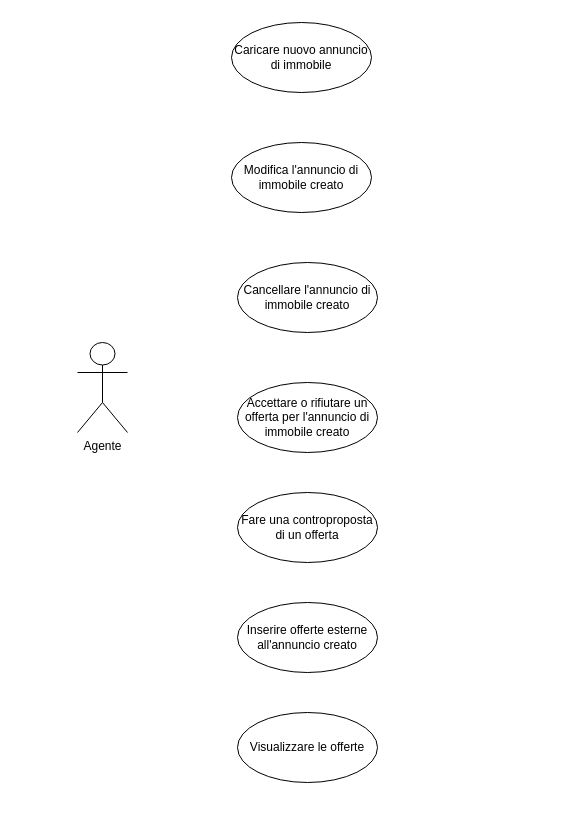
Before: diagrammi/UseCase-Agente.drawio in Sperob98/Documentazione-DietiEstates25, a draw.io diagram. Source tidied: cells renumbered, new cells numbered last; positions are measured from the earlier drawing's top-left corner, leaving out a move shared by most shapes. Both pictures are drawn from the tidied source at 100%, with x=0, y=0 at pixel (77, 22).
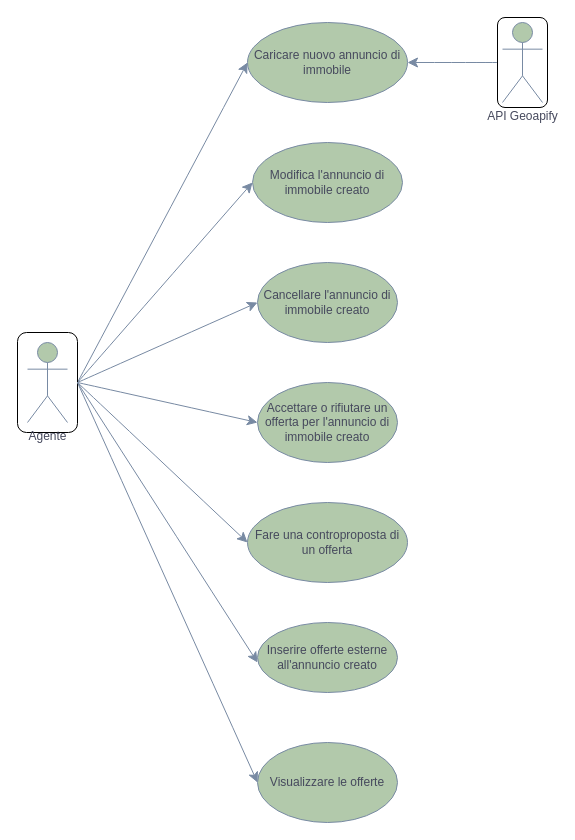
After the change.

The edit, as a diff of the source:
```diff
@@
-    <mxCell id="2" value="Agente" style="shape=umlActor;verticalLabelPosition=bottom;verticalAlign=top;html=1;" parent="1" vertex="1">
-      <mxGeometry y="320" width="50" height="90" as="geometry" />
-    </mxCell>
-    <mxCell id="3" value="Caricare nuovo annuncio di immobile" style="ellipse;whiteSpace=wrap;html=1;" parent="1" vertex="1">
-      <mxGeometry x="154" width="140" height="70" as="geometry" />
+    <mxCell id="3" value="Caricare nuovo annuncio di immobile" style="ellipse;whiteSpace=wrap;html=1;labelBackgroundColor=none;fillColor=#B2C9AB;strokeColor=#788AA3;fontColor=#46495D;" parent="1" vertex="1">
+      <mxGeometry x="170" width="160" height="80" as="geometry" />
     </mxCell>
-    <mxCell id="4" value="Modifica l'annuncio di immobile creato" style="ellipse;whiteSpace=wrap;html=1;" parent="1" vertex="1">
-      <mxGeometry x="154" y="120" width="140" height="70" as="geometry" />
+    <mxCell id="4" value="Modifica l'annuncio di immobile creato" style="ellipse;whiteSpace=wrap;html=1;labelBackgroundColor=none;fillColor=#B2C9AB;strokeColor=#788AA3;fontColor=#46495D;" parent="1" vertex="1">
+      <mxGeometry x="175" y="120" width="150" height="80" as="geometry" />
     </mxCell>
-    <mxCell id="5" value="Cancellare l'annuncio di immobile creato" style="ellipse;whiteSpace=wrap;html=1;" parent="1" vertex="1">
-      <mxGeometry x="160" y="240" width="140" height="70" as="geometry" />
+    <mxCell id="5" value="Cancellare l'annuncio di immobile creato" style="ellipse;whiteSpace=wrap;html=1;labelBackgroundColor=none;fillColor=#B2C9AB;strokeColor=#788AA3;fontColor=#46495D;" parent="1" vertex="1">
+      <mxGeometry x="180" y="240" width="140" height="80" as="geometry" />
     </mxCell>
-    <mxCell id="6" value="Accettare o rifiutare un offerta per l'annuncio di immobile creato" style="ellipse;whiteSpace=wrap;html=1;" parent="1" vertex="1">
-      <mxGeometry x="160" y="360" width="140" height="70" as="geometry" />
+    <mxCell id="6" value="Accettare o rifiutare un offerta per l'annuncio di immobile creato" style="ellipse;whiteSpace=wrap;html=1;labelBackgroundColor=none;fillColor=#B2C9AB;strokeColor=#788AA3;fontColor=#46495D;" parent="1" vertex="1">
+      <mxGeometry x="180" y="360" width="140" height="80" as="geometry" />
     </mxCell>
-    <mxCell id="7" value="Fare una controproposta di un offerta" style="ellipse;whiteSpace=wrap;html=1;" parent="1" vertex="1">
-      <mxGeometry x="160" y="470" width="140" height="70" as="geometry" />
+    <mxCell id="7" value="Fare una controproposta di un offerta" style="ellipse;whiteSpace=wrap;html=1;labelBackgroundColor=none;fillColor=#B2C9AB;strokeColor=#788AA3;fontColor=#46495D;" parent="1" vertex="1">
+      <mxGeometry x="170" y="480" width="160" height="80" as="geometry" />
     </mxCell>
-    <mxCell id="8" value="Inserire offerte esterne all'annuncio creato" style="ellipse;whiteSpace=wrap;html=1;" parent="1" vertex="1">
-      <mxGeometry x="160" y="580" width="140" height="70" as="geometry" />
+    <mxCell id="8" value="Inserire offerte esterne all'annuncio creato" style="ellipse;whiteSpace=wrap;html=1;labelBackgroundColor=none;fillColor=#B2C9AB;strokeColor=#788AA3;fontColor=#46495D;" parent="1" vertex="1">
+      <mxGeometry x="180" y="600" width="140" height="70" as="geometry" />
     </mxCell>
-    <mxCell id="9" value="Visualizzare le offerte" style="ellipse;whiteSpace=wrap;html=1;" parent="1" vertex="1">
-      <mxGeometry x="160" y="690" width="140" height="70" as="geometry" />
+    <mxCell id="9" value="Visualizzare le offerte" style="ellipse;whiteSpace=wrap;html=1;labelBackgroundColor=none;fillColor=#B2C9AB;strokeColor=#788AA3;fontColor=#46495D;" parent="1" vertex="1">
+      <mxGeometry x="180" y="720" width="140" height="80" as="geometry" />
     </mxCell>
+    <mxCell id="10" style="edgeStyle=none;curved=1;rounded=0;jettySize=auto;html=1;exitX=1;exitY=0.5;exitDx=0;exitDy=0;entryX=0;entryY=0.5;entryDx=0;entryDy=0;fontSize=12;startSize=8;endSize=8;labelBackgroundColor=none;strokeColor=#788AA3;fontColor=default;" parent="1" edge="1" source="12" target="3">
+      <mxGeometry relative="1" as="geometry" />
+    </mxCell>
+    <mxCell id="11" style="edgeStyle=none;curved=1;rounded=0;jettySize=auto;html=1;exitX=1;exitY=0.5;exitDx=0;exitDy=0;entryX=0;entryY=0.5;entryDx=0;entryDy=0;fontSize=12;startSize=8;endSize=8;labelBackgroundColor=none;strokeColor=#788AA3;fontColor=default;" parent="1" edge="1" source="12" target="4">
+      <mxGeometry relative="1" as="geometry" />
+    </mxCell>
+    <mxCell id="12" style="rounded=1;whiteSpace=wrap;html=1;labelBackgroundColor=none;" parent="1" vertex="1">
+      <mxGeometry x="-60" y="310" width="60" height="100" as="geometry" />
+    </mxCell>
+    <mxCell id="2" value="Agente" style="shape=umlActor;verticalLabelPosition=bottom;verticalAlign=top;html=1;labelBackgroundColor=none;fillColor=#B2C9AB;strokeColor=#788AA3;fontColor=#46495D;" parent="1" vertex="1">
+      <mxGeometry x="-50" y="320" width="40" height="80" as="geometry" />
+    </mxCell>
+    <mxCell id="13" style="edgeStyle=none;curved=1;rounded=0;jettySize=auto;html=1;entryX=0;entryY=0.5;entryDx=0;entryDy=0;fontSize=12;startSize=8;endSize=8;exitX=1;exitY=0.5;exitDx=0;exitDy=0;labelBackgroundColor=none;strokeColor=#788AA3;fontColor=default;" parent="1" edge="1" source="12" target="5">
+      <mxGeometry relative="1" as="geometry" />
+    </mxCell>
+    <mxCell id="14" style="edgeStyle=none;curved=1;rounded=0;jettySize=auto;html=1;entryX=0;entryY=0.5;entryDx=0;entryDy=0;fontSize=12;startSize=8;endSize=8;exitX=1;exitY=0.5;exitDx=0;exitDy=0;labelBackgroundColor=none;strokeColor=#788AA3;fontColor=default;" parent="1" edge="1" source="12" target="6">
+      <mxGeometry relative="1" as="geometry" />
+    </mxCell>
+    <mxCell id="15" style="edgeStyle=none;curved=1;rounded=0;jettySize=auto;html=1;entryX=0;entryY=0.5;entryDx=0;entryDy=0;fontSize=12;startSize=8;endSize=8;exitX=1;exitY=0.5;exitDx=0;exitDy=0;labelBackgroundColor=none;strokeColor=#788AA3;fontColor=default;" parent="1" edge="1" source="12" target="7">
+      <mxGeometry relative="1" as="geometry" />
+    </mxCell>
+    <mxCell id="16" style="edgeStyle=none;curved=1;rounded=0;jettySize=auto;html=1;fontSize=12;startSize=8;endSize=8;exitX=1;exitY=0.5;exitDx=0;exitDy=0;labelBackgroundColor=none;strokeColor=#788AA3;fontColor=default;" parent="1" edge="1" source="12">
+      <mxGeometry relative="1" as="geometry">
+        <mxPoint x="180" y="640" as="targetPoint" />
+      </mxGeometry>
+    </mxCell>
+    <mxCell id="17" style="edgeStyle=none;curved=1;rounded=0;jettySize=auto;html=1;entryX=0;entryY=0.5;entryDx=0;entryDy=0;fontSize=12;startSize=8;endSize=8;exitX=1;exitY=0.5;exitDx=0;exitDy=0;labelBackgroundColor=none;strokeColor=#788AA3;fontColor=default;" parent="1" edge="1" source="12" target="9">
+      <mxGeometry relative="1" as="geometry" />
+    </mxCell>
+    <mxCell id="18" style="edgeStyle=none;curved=1;rounded=0;jettySize=auto;html=1;exitX=0;exitY=0.5;exitDx=0;exitDy=0;entryX=1;entryY=0.5;entryDx=0;entryDy=0;fontSize=12;startSize=8;endSize=8;labelBackgroundColor=none;strokeColor=#788AA3;fontColor=default;" parent="1" edge="1" source="19" target="3">
+      <mxGeometry relative="1" as="geometry" />
+    </mxCell>
+    <mxCell id="19" style="rounded=1;whiteSpace=wrap;html=1;labelBackgroundColor=none;" parent="1" vertex="1">
+      <mxGeometry x="420" y="-5" width="50" height="90" as="geometry" />
+    </mxCell>
+    <mxCell id="20" value="&lt;div&gt;API Geoapify&lt;/div&gt;&lt;div&gt;&lt;br&gt;&lt;/div&gt;" style="shape=umlActor;verticalLabelPosition=bottom;verticalAlign=top;html=1;labelBackgroundColor=none;fillColor=#B2C9AB;strokeColor=#788AA3;fontColor=#46495D;" parent="1" vertex="1">
+      <mxGeometry x="425" width="40" height="80" as="geometry" />
+    </mxCell>
```
